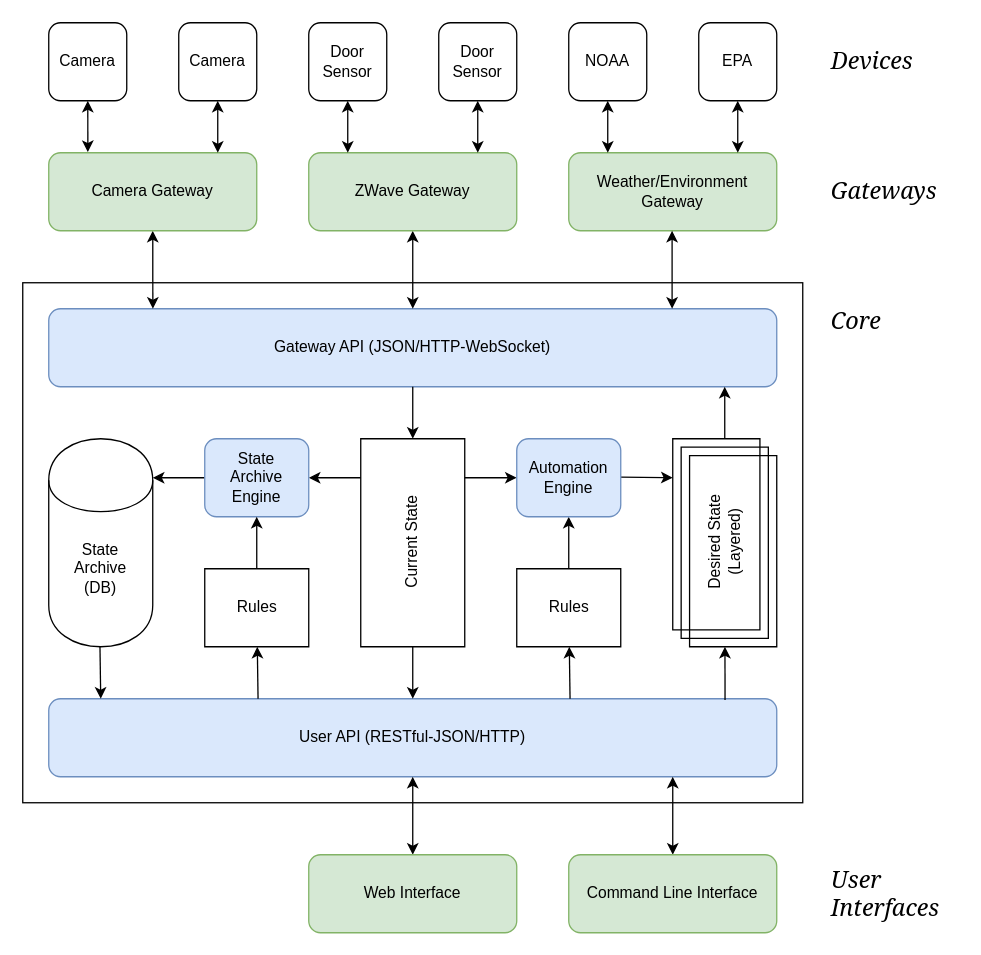
Before: notes/architecture.drawio in mikecamilleri/tilde, a draw.io diagram. Source tidied: cells renumbered, new cells numbered last; positions are measured from the earlier drawing's top-left corner, leaving out a move shared by most shapes. Both pictures are drawn from the tidied source at 130%, with x=0, y=0 at pixel (22, 22).
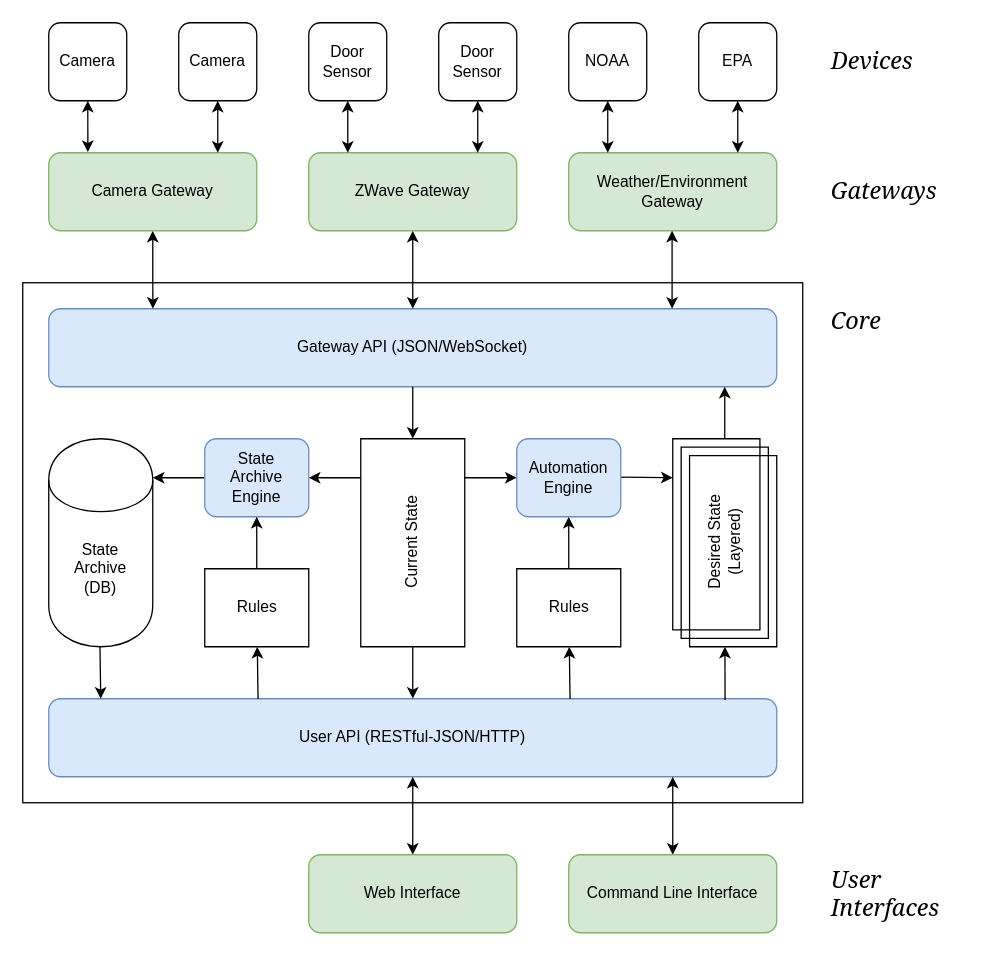
Above is the later version.

Commit message (it also covers changes not shown here):
replace references to HTTP-WebSocket with WebSocket

The edit, as a diff of the source:
```diff
@@
-    <mxCell id="3" value="Gateway API (JSON/HTTP-WebSocket)" style="rounded=1;whiteSpace=wrap;html=1;fillColor=#dae8fc;strokeColor=#6c8ebf;" parent="1" vertex="1">
+    <mxCell id="3" value="Gateway API (JSON/WebSocket)" style="rounded=1;whiteSpace=wrap;html=1;fillColor=#dae8fc;strokeColor=#6c8ebf;" parent="1" vertex="1">
       <mxGeometry x="20" y="220" width="560" height="60" as="geometry" />
     </mxCell>
```
